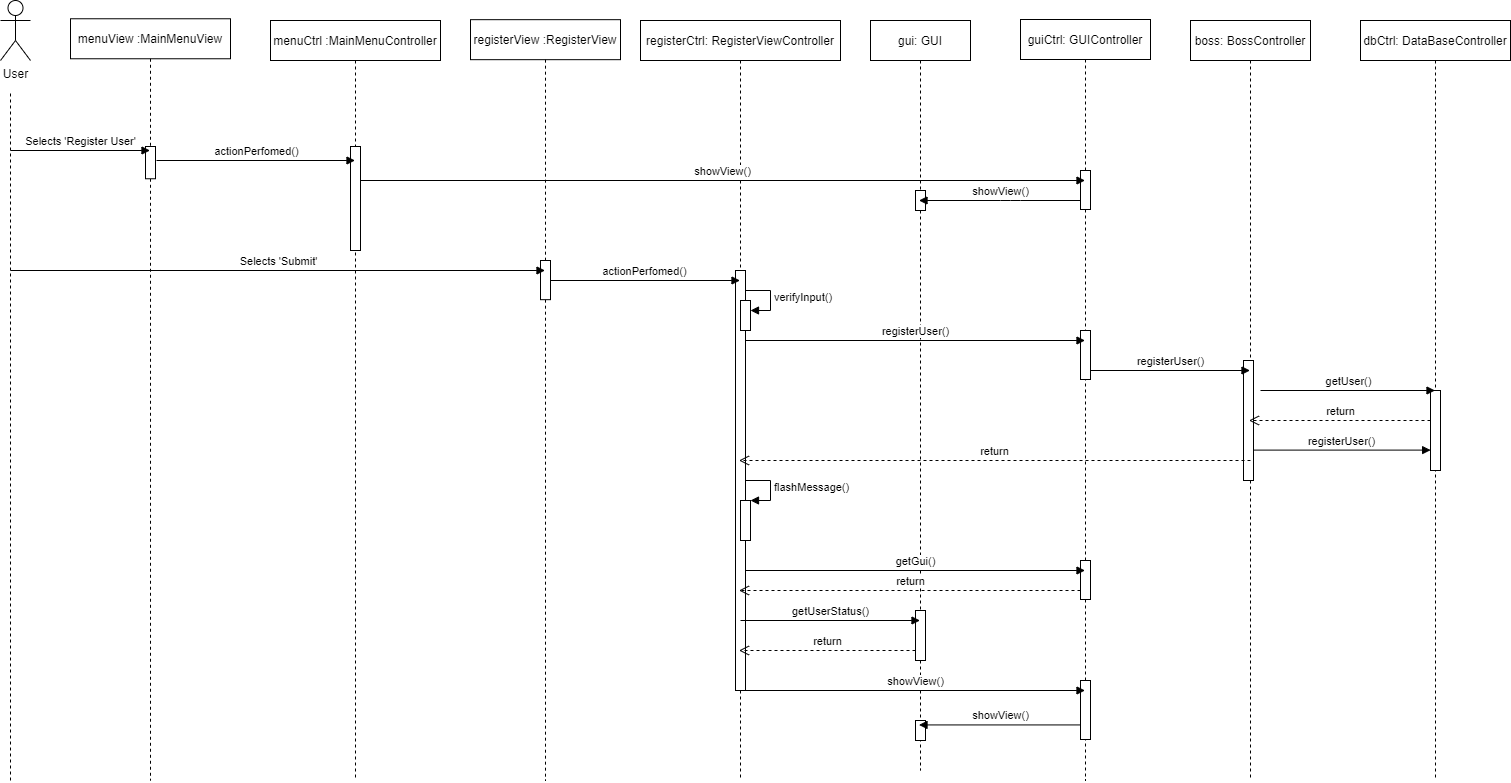
The draw.io diagram SequenceDiagrams/SequenceRegisterUser.png in mklasby/ENSF_619_PROJECT, before a commit. Source tidied: cells renumbered, new cells last; positions are measured from the earlier drawing's top-left corner, leaving out a move shared by most shapes.
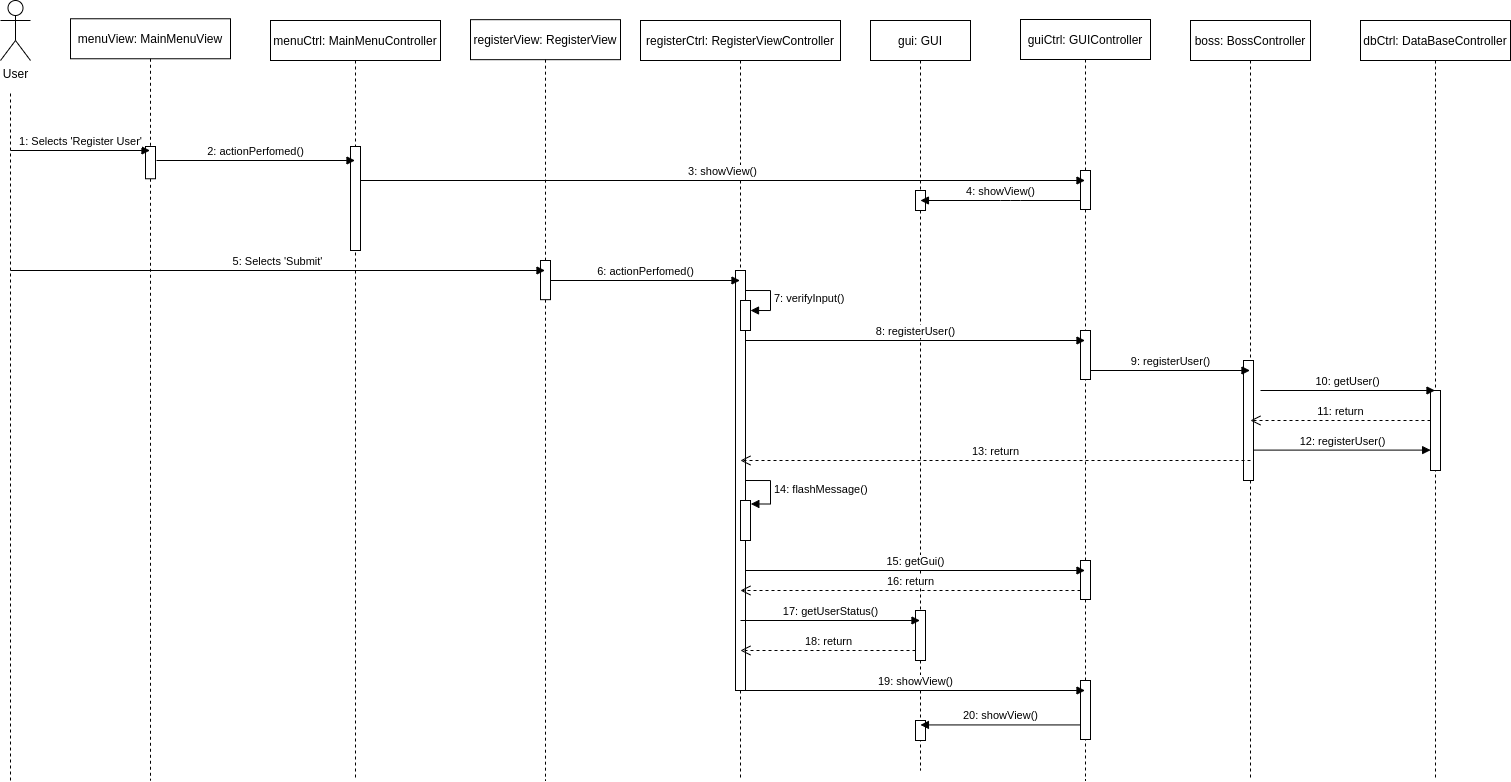
After the change.

The edit, as a diff of the source:
```diff
@@ -26,19 +26,19 @@
     <mxCell id="9" style="html=1;points=[];perimeter=orthogonalPerimeter;" parent="8" vertex="1">
       <mxGeometry x="70" y="370" width="10" height="80" as="geometry" />
     </mxCell>
-    <mxCell id="10" value="menuView :MainMenuView" style="shape=umlLifeline;perimeter=lifelinePerimeter;rounded=0;shadow=0;strokeWidth=1;" parent="1" vertex="1">
+    <mxCell id="10" value="menuView: MainMenuView" style="shape=umlLifeline;perimeter=lifelinePerimeter;rounded=0;shadow=0;strokeWidth=1;" parent="1" vertex="1">
       <mxGeometry x="70" y="18.3" width="160" height="761.7" as="geometry" />
     </mxCell>
     <mxCell id="11" style="perimeter=orthogonalPerimeter;rounded=0;shadow=0;strokeWidth=1;" parent="10" vertex="1">
       <mxGeometry x="75" y="127.7" width="10" height="32.3" as="geometry" />
     </mxCell>
-    <mxCell id="12" value="menuCtrl :MainMenuController" style="shape=umlLifeline;perimeter=lifelinePerimeter;rounded=0;shadow=0;strokeWidth=1;" parent="1" vertex="1">
+    <mxCell id="12" value="menuCtrl: MainMenuController" style="shape=umlLifeline;perimeter=lifelinePerimeter;rounded=0;shadow=0;strokeWidth=1;" parent="1" vertex="1">
       <mxGeometry x="270" y="20" width="170" height="760" as="geometry" />
     </mxCell>
     <mxCell id="13" style="perimeter=orthogonalPerimeter;rounded=0;shadow=0;strokeWidth=1;" parent="12" vertex="1">
       <mxGeometry x="80" y="126" width="10" height="104" as="geometry" />
     </mxCell>
-    <mxCell id="14" value="registerView :RegisterView" style="shape=umlLifeline;perimeter=lifelinePerimeter;rounded=0;shadow=0;strokeWidth=1;" parent="1" vertex="1">
+    <mxCell id="14" value="registerView: RegisterView" style="shape=umlLifeline;perimeter=lifelinePerimeter;rounded=0;shadow=0;strokeWidth=1;" parent="1" vertex="1">
       <mxGeometry x="470" y="19.2" width="150" height="760.8" as="geometry" />
     </mxCell>
     <mxCell id="15" style="html=1;perimeter=orthogonalPerimeter;" parent="14" vertex="1">
@@ -71,12 +71,12 @@
     <mxCell id="23" style="html=1;points=[];perimeter=orthogonalPerimeter;" parent="19" vertex="1">
       <mxGeometry x="60" y="661" width="10" height="59" as="geometry" />
     </mxCell>
-    <mxCell id="24" value="Selects 'Register User'" style="html=1;verticalAlign=bottom;endArrow=block;" parent="1" edge="1" target="10">
+    <mxCell id="24" value="1: Selects 'Register User'" style="html=1;verticalAlign=bottom;endArrow=block;" parent="1" edge="1" target="10">
       <mxGeometry relative="1" as="geometry">
         <mxPoint x="10" y="150" as="sourcePoint" />
       </mxGeometry>
     </mxCell>
-    <mxCell id="25" value="Selects 'Submit'" style="html=1;verticalAlign=bottom;endArrow=block;" parent="1" edge="1" target="14">
+    <mxCell id="25" value="5: Selects 'Submit'" style="html=1;verticalAlign=bottom;endArrow=block;" parent="1" edge="1" target="14">
       <mxGeometry relative="1" as="geometry">
         <mxPoint x="10" y="270" as="sourcePoint" />
       </mxGeometry>
@@ -84,35 +84,35 @@
     <mxCell id="26" style="html=1;perimeter=orthogonalPerimeter;" parent="1" vertex="1">
       <mxGeometry x="735" y="270" width="10" height="420" as="geometry" />
     </mxCell>
-    <mxCell id="27" value="actionPerfomed()" style="html=1;verticalAlign=bottom;endArrow=block;" parent="1" edge="1" target="16">
+    <mxCell id="27" value="6: actionPerfomed()" style="html=1;verticalAlign=bottom;endArrow=block;" parent="1" edge="1" target="16">
       <mxGeometry relative="1" as="geometry">
         <mxPoint x="550" y="280" as="sourcePoint" />
       </mxGeometry>
     </mxCell>
-    <mxCell id="28" value="registerUser()" style="html=1;verticalAlign=bottom;endArrow=block;" parent="1" edge="1" target="19">
+    <mxCell id="28" value="8: registerUser()" style="html=1;verticalAlign=bottom;endArrow=block;" parent="1" edge="1" target="19">
       <mxGeometry relative="1" as="geometry">
         <mxPoint x="745" y="340" as="sourcePoint" />
       </mxGeometry>
     </mxCell>
-    <mxCell id="29" value="registerUser()" style="html=1;verticalAlign=bottom;endArrow=block;" parent="1" edge="1" target="6">
+    <mxCell id="29" value="9: registerUser()" style="html=1;verticalAlign=bottom;endArrow=block;" parent="1" edge="1" target="6">
       <mxGeometry relative="1" as="geometry">
         <mxPoint x="1090" y="370" as="sourcePoint" />
       </mxGeometry>
     </mxCell>
-    <mxCell id="30" value="getUser()" style="html=1;verticalAlign=bottom;endArrow=block;" parent="1" edge="1" target="8">
+    <mxCell id="30" value="10: getUser()" style="html=1;verticalAlign=bottom;endArrow=block;" parent="1" edge="1" target="8">
       <mxGeometry relative="1" as="geometry">
         <mxPoint x="1260" y="390" as="sourcePoint" />
       </mxGeometry>
     </mxCell>
-    <mxCell id="31" value="return" style="html=1;verticalAlign=bottom;endArrow=open;dashed=1;endSize=8;" parent="1" edge="1" target="6">
+    <mxCell id="31" value="11: return" style="html=1;verticalAlign=bottom;endArrow=open;dashed=1;endSize=8;" parent="1" edge="1" target="6">
       <mxGeometry relative="1" as="geometry">
         <mxPoint x="1430" y="420" as="sourcePoint" />
       </mxGeometry>
     </mxCell>
-    <mxCell id="32" value="registerUser()" style="html=1;verticalAlign=bottom;endArrow=block;entryX=0.014;entryY=0.745;entryDx=0;entryDy=0;entryPerimeter=0;" parent="1" edge="1" source="7" target="9">
+    <mxCell id="32" value="12: registerUser()" style="html=1;verticalAlign=bottom;endArrow=block;entryX=0.014;entryY=0.745;entryDx=0;entryDy=0;entryPerimeter=0;" parent="1" edge="1" source="7" target="9">
       <mxGeometry relative="1" as="geometry" />
     </mxCell>
-    <mxCell id="33" value="return" style="html=1;verticalAlign=bottom;endArrow=open;dashed=1;endSize=8;" parent="1" edge="1" target="16">
+    <mxCell id="33" value="13: return" style="html=1;verticalAlign=bottom;endArrow=open;dashed=1;endSize=8;" parent="1" edge="1" target="16">
       <mxGeometry relative="1" as="geometry">
         <mxPoint x="1250" y="460" as="sourcePoint" />
       </mxGeometry>
@@ -120,52 +120,53 @@
     <mxCell id="34" style="html=1;points=[];perimeter=orthogonalPerimeter;" parent="1" vertex="1">
       <mxGeometry x="740" y="500" width="10" height="40" as="geometry" />
     </mxCell>
-    <mxCell id="35" value="flashMessage()" style="edgeStyle=orthogonalEdgeStyle;html=1;align=left;spacingLeft=2;endArrow=block;rounded=0;entryX=1;entryY=0;" parent="1" edge="1" target="34">
+    <mxCell id="35" value="14: flashMessage()" style="edgeStyle=orthogonalEdgeStyle;html=1;align=left;spacingLeft=2;endArrow=block;rounded=0;entryX=1.034;entryY=0.087;entryDx=0;entryDy=0;entryPerimeter=0;" parent="1" edge="1" target="34">
       <mxGeometry relative="1" as="geometry">
         <mxPoint x="745" y="480" as="sourcePoint" />
         <Array as="points">
           <mxPoint x="770" y="480" />
+          <mxPoint x="770" y="504" />
         </Array>
       </mxGeometry>
     </mxCell>
-    <mxCell id="36" value="actionPerfomed()" style="html=1;verticalAlign=bottom;endArrow=block;" parent="1" edge="1" target="12">
+    <mxCell id="36" value="2: actionPerfomed()" style="html=1;verticalAlign=bottom;endArrow=block;" parent="1" edge="1" target="12">
       <mxGeometry relative="1" as="geometry">
         <mxPoint x="156" y="160" as="sourcePoint" />
       </mxGeometry>
     </mxCell>
-    <mxCell id="37" value="getGui()" style="html=1;verticalAlign=bottom;endArrow=block;" parent="1" edge="1" target="19">
+    <mxCell id="37" value="15: getGui()" style="html=1;verticalAlign=bottom;endArrow=block;" parent="1" edge="1" target="19">
       <mxGeometry relative="1" as="geometry">
         <mxPoint x="745" y="570" as="sourcePoint" />
       </mxGeometry>
     </mxCell>
-    <mxCell id="38" value="return" style="html=1;verticalAlign=bottom;endArrow=open;dashed=1;endSize=8;" parent="1" edge="1" target="16">
+    <mxCell id="38" value="16: return" style="html=1;verticalAlign=bottom;endArrow=open;dashed=1;endSize=8;" parent="1" edge="1" target="16">
       <mxGeometry relative="1" as="geometry">
         <mxPoint x="1080" y="590" as="sourcePoint" />
       </mxGeometry>
     </mxCell>
-    <mxCell id="39" value="getUserStatus()" style="html=1;verticalAlign=bottom;endArrow=block;" parent="1" edge="1" target="2">
+    <mxCell id="39" value="17: getUserStatus()" style="html=1;verticalAlign=bottom;endArrow=block;" parent="1" edge="1" target="2">
       <mxGeometry relative="1" as="geometry">
         <mxPoint x="740" y="620" as="sourcePoint" />
       </mxGeometry>
     </mxCell>
-    <mxCell id="40" value="return" style="html=1;verticalAlign=bottom;endArrow=open;dashed=1;endSize=8;" parent="1" edge="1" source="3" target="16">
+    <mxCell id="40" value="18: return" style="html=1;verticalAlign=bottom;endArrow=open;dashed=1;endSize=8;" parent="1" edge="1" source="3" target="16">
       <mxGeometry relative="1" as="geometry">
         <Array as="points">
           <mxPoint x="870" y="650" />
         </Array>
       </mxGeometry>
     </mxCell>
-    <mxCell id="41" value="showView()" style="html=1;verticalAlign=bottom;endArrow=block;" parent="1" edge="1" target="19">
+    <mxCell id="41" value="19: showView()" style="html=1;verticalAlign=bottom;endArrow=block;" parent="1" edge="1" target="19">
       <mxGeometry relative="1" as="geometry">
         <mxPoint x="745" y="690" as="sourcePoint" />
       </mxGeometry>
     </mxCell>
-    <mxCell id="42" value="showView()" style="html=1;verticalAlign=bottom;endArrow=block;" parent="1" edge="1" target="19">
+    <mxCell id="42" value="3: showView()" style="html=1;verticalAlign=bottom;endArrow=block;" parent="1" edge="1" target="19">
       <mxGeometry relative="1" as="geometry">
         <mxPoint x="360" y="180" as="sourcePoint" />
       </mxGeometry>
     </mxCell>
-    <mxCell id="43" value="showView()" style="html=1;verticalAlign=bottom;endArrow=block;" parent="1" edge="1" target="2">
+    <mxCell id="43" value="4: showView()" style="html=1;verticalAlign=bottom;endArrow=block;" parent="1" edge="1" target="2">
       <mxGeometry relative="1" as="geometry">
         <mxPoint x="1080" y="200" as="sourcePoint" />
         <Array as="points">
@@ -173,10 +174,10 @@
         </Array>
       </mxGeometry>
     </mxCell>
-    <mxCell id="44" value="showView()" style="html=1;verticalAlign=bottom;endArrow=block;exitX=-0.04;exitY=0.753;exitDx=0;exitDy=0;exitPerimeter=0;" parent="1" edge="1" source="23" target="2">
+    <mxCell id="44" value="20: showView()" style="html=1;verticalAlign=bottom;endArrow=block;exitX=-0.04;exitY=0.753;exitDx=0;exitDy=0;exitPerimeter=0;" parent="1" edge="1" source="23" target="2">
       <mxGeometry relative="1" as="geometry" />
     </mxCell>
-    <mxCell id="45" value="verifyInput()" style="edgeStyle=orthogonalEdgeStyle;html=1;align=left;spacingLeft=2;endArrow=block;rounded=0;entryX=1;entryY=0;" parent="1" edge="1">
+    <mxCell id="45" value="7: verifyInput()" style="edgeStyle=orthogonalEdgeStyle;html=1;align=left;spacingLeft=2;endArrow=block;rounded=0;entryX=1;entryY=0;" parent="1" edge="1">
       <mxGeometry relative="1" as="geometry">
         <mxPoint x="745" y="290" as="sourcePoint" />
         <mxPoint x="750" y="310" as="targetPoint" />
```
